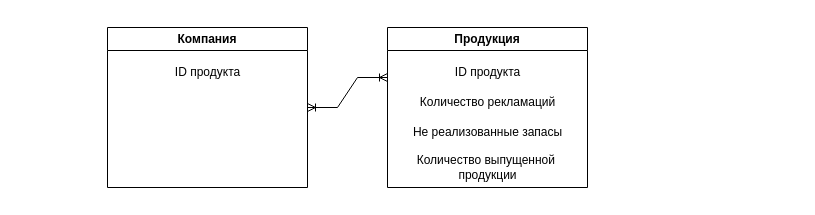
The draw.io diagram логический уровень.drawio in Sergei686/Portfolio, before the edit. Source tidied: cells renumbered, new cells numbered last; positions are measured from the earlier drawing's top-left corner, leaving out a move shared by most shapes. Both pictures are drawn from the tidied source at 100%, with x=0, y=0 at pixel (107, 27).
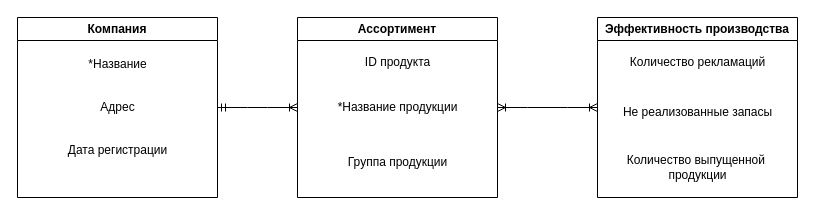
After the change.

What changed in the source:
```diff
@@
-<mxGraphModel background="#FFFFFF">
+<mxGraphModel background="#ffffff">
   <root>
     <mxCell id="0" />
     <mxCell id="1" parent="0" />
-    <mxCell id="2" value="Компания" style="swimlane;whiteSpace=wrap;html=1;" parent="1" vertex="1">
-      <mxGeometry width="200" height="160" as="geometry" />
+    <mxCell id="2" value="Ассортимент" style="swimlane;whiteSpace=wrap;html=1;" parent="1" vertex="1">
+      <mxGeometry x="190" y="-10" width="200" height="180" as="geometry" />
     </mxCell>
     <mxCell id="3" value="ID продукта" style="text;html=1;align=center;verticalAlign=middle;strokeColor=none;fillColor=none;" parent="2" vertex="1">
       <mxGeometry x="55" y="30" width="90" height="30" as="geometry" />
     </mxCell>
+    <mxCell id="10" value="*Название продукции" style="text;html=1;align=center;verticalAlign=middle;strokeColor=none;fillColor=none;" parent="2" vertex="1">
+      <mxGeometry x="30" y="75" width="140" height="30" as="geometry" />
+    </mxCell>
+    <mxCell id="11" value="Группа продукции" style="text;html=1;align=center;verticalAlign=middle;strokeColor=none;fillColor=none;" parent="2" vertex="1">
+      <mxGeometry x="40" y="130" width="120" height="30" as="geometry" />
+    </mxCell>
-    <mxCell id="4" value="Продукция" style="swimlane;whiteSpace=wrap;html=1;" parent="1" vertex="1">
-      <mxGeometry x="280" width="200" height="160" as="geometry" />
+    <mxCell id="4" value="Эффективность производства" style="swimlane;whiteSpace=wrap;html=1;" parent="1" vertex="1">
+      <mxGeometry x="490" y="-10" width="200" height="180" as="geometry" />
     </mxCell>
     <mxCell id="5" value="Не реализованные запасы" style="text;html=1;align=center;verticalAlign=middle;strokeColor=none;fillColor=none;" parent="4" vertex="1">
-      <mxGeometry x="15" y="90" width="170" height="30" as="geometry" />
+      <mxGeometry x="15" y="80" width="170" height="30" as="geometry" />
     </mxCell>
     <mxCell id="6" value="Количество рекламаций" style="text;html=1;align=center;verticalAlign=middle;strokeColor=none;fillColor=none;" parent="4" vertex="1">
-      <mxGeometry x="20" y="60" width="160" height="30" as="geometry" />
+      <mxGeometry x="20" y="30" width="160" height="30" as="geometry" />
     </mxCell>
-    <mxCell id="7" value="ID продукта" style="text;html=1;align=center;verticalAlign=middle;strokeColor=none;fillColor=none;" parent="4" vertex="1">
-      <mxGeometry x="55" y="30" width="90" height="30" as="geometry" />
-    </mxCell>
     <mxCell id="8" value="Количество выпущенной&amp;nbsp;&lt;div&gt;продукции&lt;/div&gt;" style="text;html=1;align=center;verticalAlign=middle;strokeColor=none;fillColor=none;" parent="4" vertex="1">
-      <mxGeometry x="15" y="120" width="170" height="40" as="geometry" />
+      <mxGeometry x="15" y="130" width="170" height="40" as="geometry" />
     </mxCell>
-    <mxCell id="9" style="edgeStyle=entityRelationEdgeStyle;fontSize=12;html=1;endArrow=ERoneToMany;startArrow=ERoneToMany;rounded=0;" parent="1" edge="1" source="2">
+    <mxCell id="9" style="edgeStyle=entityRelationEdgeStyle;fontSize=12;html=1;endArrow=ERoneToMany;startArrow=ERoneToMany;rounded=0;" parent="1" edge="1">
       <mxGeometry relative="1" as="geometry">
-        <mxPoint x="280" y="50" as="targetPoint" />
+        <mxPoint x="390" y="80" as="sourcePoint" />
+        <mxPoint x="490" y="80" as="targetPoint" />
+        <Array as="points">
+          <mxPoint x="324" y="70" />
+        </Array>
       </mxGeometry>
     </mxCell>
+    <mxCell id="12" value="Компания" style="swimlane;whiteSpace=wrap;html=1;" parent="1" vertex="1">
+      <mxGeometry x="-90" y="-10" width="200" height="180" as="geometry" />
+    </mxCell>
+    <mxCell id="13" value="*Название&lt;div&gt;&lt;br&gt;&lt;div&gt;&lt;div&gt;&lt;br&gt;&lt;/div&gt;&lt;div&gt;Адрес&lt;/div&gt;&lt;/div&gt;&lt;div&gt;&lt;br&gt;&lt;/div&gt;&lt;div&gt;&lt;br&gt;&lt;/div&gt;&lt;div&gt;Дата регистрации&lt;/div&gt;&lt;/div&gt;" style="text;html=1;align=center;verticalAlign=middle;strokeColor=none;fillColor=none;" parent="12" vertex="1">
+      <mxGeometry x="40" y="35" width="120" height="110" as="geometry" />
+    </mxCell>
+    <mxCell id="14" style="edgeStyle=entityRelationEdgeStyle;fontSize=12;html=1;endArrow=ERoneToMany;startArrow=ERmandOne;rounded=0;" parent="1" edge="1">
+      <mxGeometry relative="1" as="geometry">
+        <mxPoint x="110" y="80" as="sourcePoint" />
+        <mxPoint x="190" y="80" as="targetPoint" />
+      </mxGeometry>
+    </mxCell>
   </root>
 </mxGraphModel>
```
